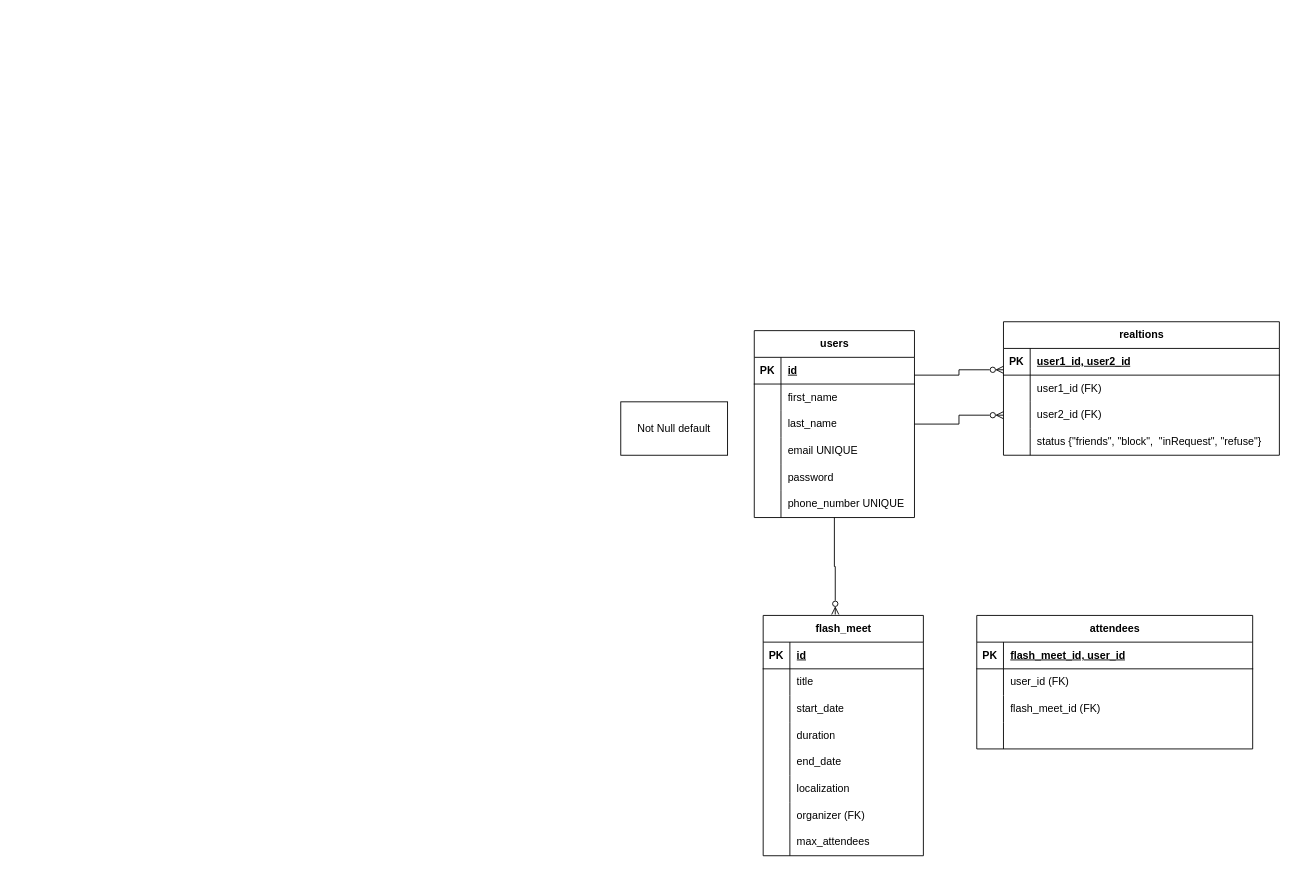
This is Documentation/diagramme_base_de_donnees.drawio from aurelien-buys-vinci/FlashMeet, a draw.io file, before an edit. Source tidied: cells renumbered, new cells numbered last; positions are measured from the earlier drawing's top-left corner, leaving out a move shared by most shapes. Both pictures are drawn from the tidied source at 89%, with x=0, y=0 at pixel (620, 321).
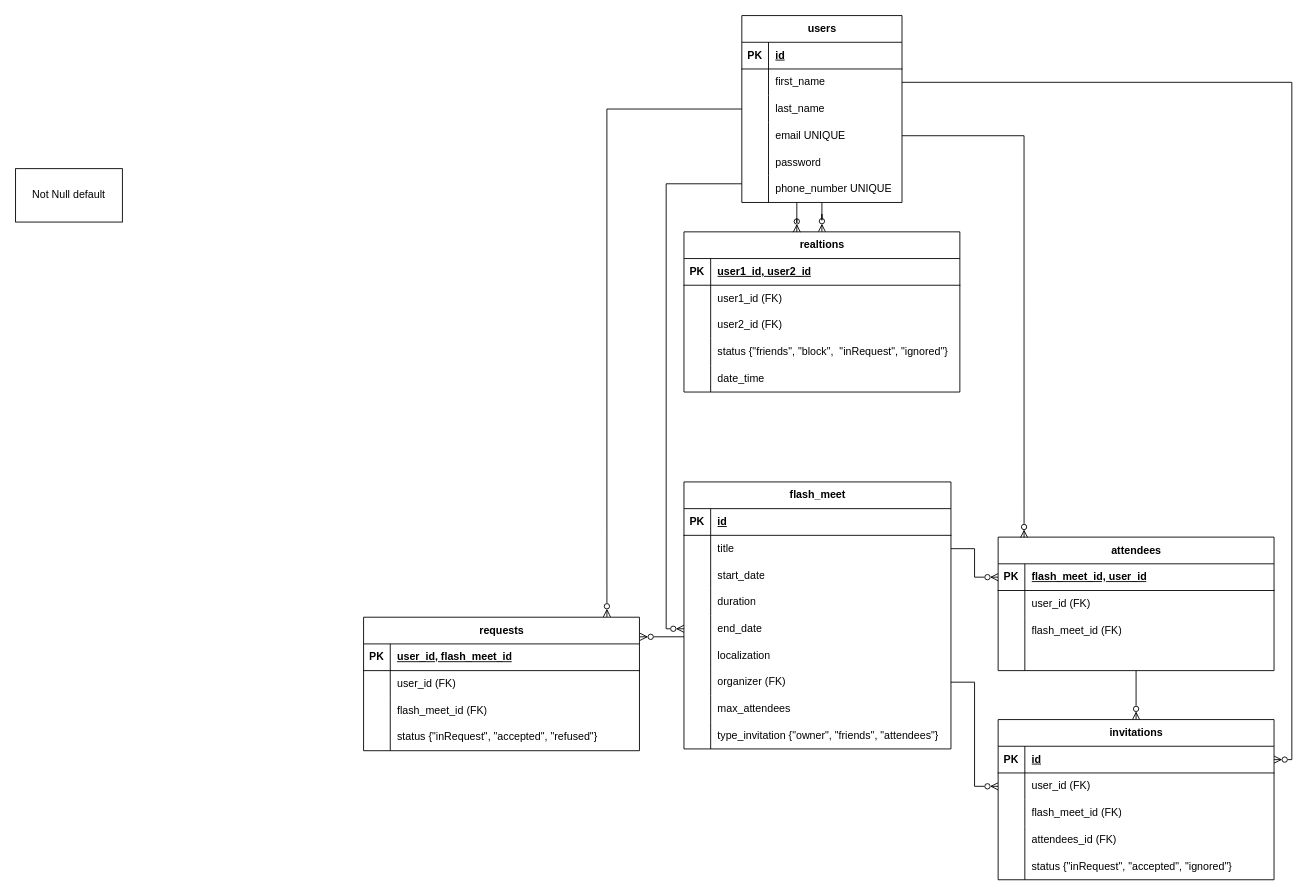
After the change.

Unchanged cells that the change refers to:
```xml
<mxCell id="7" style="shape=tableRow;horizontal=0;startSize=0;swimlaneHead=0;swimlaneBody=0;fillColor=none;points=[[0,0.5],[1,0.5]];portConstraint=eastwest;top=0;left=0;right=0;bottom=0;" parent="3" vertex="1">
  <mxGeometry y="60" width="180" height="30" as="geometry" />
</mxCell>
<mxCell id="10" style="shape=tableRow;horizontal=0;startSize=0;swimlaneHead=0;swimlaneBody=0;fillColor=none;points=[[0,0.5],[1,0.5]];portConstraint=eastwest;top=0;left=0;right=0;bottom=0;" parent="3" vertex="1">
  <mxGeometry y="90" width="180" height="30" as="geometry" />
</mxCell>
<mxCell id="13" style="shape=tableRow;horizontal=0;startSize=0;swimlaneHead=0;swimlaneBody=0;fillColor=none;points=[[0,0.5],[1,0.5]];portConstraint=eastwest;top=0;left=0;right=0;bottom=0;" parent="3" vertex="1">
  <mxGeometry y="120" width="180" height="30" as="geometry" />
</mxCell>
<mxCell id="50" style="shape=tableRow;horizontal=0;startSize=0;swimlaneHead=0;swimlaneBody=0;fillColor=none;points=[[0,0.5],[1,0.5]];portConstraint=eastwest;top=0;left=0;right=0;bottom=1;" parent="49" vertex="1">
  <mxGeometry y="30" width="310" height="30" as="geometry" />
</mxCell>
<mxCell id="56" style="shape=tableRow;horizontal=0;startSize=0;swimlaneHead=0;swimlaneBody=0;fillColor=none;points=[[0,0.5],[1,0.5]];portConstraint=eastwest;top=0;left=0;right=0;bottom=0;" parent="49" vertex="1">
  <mxGeometry y="90" width="310" height="30" as="geometry" />
</mxCell>
<mxCell id="59" style="shape=tableRow;horizontal=0;startSize=0;swimlaneHead=0;swimlaneBody=0;fillColor=none;top=0;left=0;right=0;bottom=0;" parent="49" vertex="1">
  <mxGeometry y="120" width="310" height="30" as="geometry" />
</mxCell>
<mxCell id="64" style="shape=tableRow;horizontal=0;startSize=0;swimlaneHead=0;swimlaneBody=0;fillColor=none;points=[[0,0.5],[1,0.5]];portConstraint=eastwest;top=0;left=0;right=0;bottom=1;" parent="63" vertex="1">
  <mxGeometry y="30" width="310" height="30" as="geometry" />
</mxCell>
```

What changed in the source:
```diff
@@
-    <mxCell id="2" style="edgeStyle=orthogonalEdgeStyle;rounded=0;jettySize=auto;html=1;entryX=0;entryY=0.5;entryDx=0;entryDy=0;endArrow=ERzeroToMany;endFill=0;" parent="1" edge="1" source="3" target="56">
-      <mxGeometry relative="1" as="geometry" />
-    </mxCell>
+    <mxCell id="76" style="edgeStyle=orthogonalEdgeStyle;rounded=0;jettySize=auto;html=1;entryX=0.5;entryY=0;entryDx=0;entryDy=0;endArrow=ERzeroToMany;endFill=0;" parent="1" edge="1" source="3" target="49">
+      <mxGeometry relative="1" as="geometry" />
+    </mxCell>
+    <mxCell id="77" style="edgeStyle=orthogonalEdgeStyle;rounded=0;jettySize=auto;html=1;entryX=0;entryY=0.5;entryDx=0;entryDy=0;endArrow=ERzeroToMany;endFill=0;" parent="1" edge="1" source="3" target="35">
+      <mxGeometry relative="1" as="geometry">
+        <Array as="points">
+          <mxPoint x="51" y="-155" />
+          <mxPoint x="51" y="345" />
+        </Array>
+      </mxGeometry>
+    </mxCell>
     <mxCell id="3" value="users" style="shape=table;startSize=30;childLayout=tableLayout;rowLines=0;fontStyle=1;align=center;html=1;rounded=0;" parent="1" vertex="1">
-      <mxGeometry x="150" y="10" width="180" height="210" as="geometry" />
+      <mxGeometry x="136" y="-344" width="180" height="210" as="geometry" />
     </mxCell>
@@
     <mxCell id="22" value="flash_meet" style="shape=table;startSize=30;childLayout=tableLayout;rowLines=0;fontStyle=1;align=center;html=1;rounded=0;" parent="1" vertex="1">
-      <mxGeometry x="160" y="330" width="180" height="270" as="geometry" />
+      <mxGeometry x="71" y="180" width="300" height="300" as="geometry" />
     </mxCell>
     <mxCell id="23" style="shape=tableRow;horizontal=0;startSize=0;swimlaneHead=0;swimlaneBody=0;fillColor=none;top=0;left=0;right=0;bottom=1;" parent="22" vertex="1">
-      <mxGeometry y="30" width="180" height="30" as="geometry" />
+      <mxGeometry y="30" width="300" height="30" as="geometry" />
     </mxCell>
@@
     <mxCell id="25" value="id" style="shape=partialRectangle;fillColor=none;top=0;left=0;bottom=0;right=0;align=left;spacingLeft=6;fontStyle=5;overflow=hidden;whiteSpace=wrap;html=1;" parent="23" vertex="1">
-      <mxGeometry x="30" width="150" height="30" as="geometry" />
+      <mxGeometry x="30" width="270" height="30" as="geometry" />
     </mxCell>
     <mxCell id="26" style="shape=tableRow;horizontal=0;startSize=0;swimlaneHead=0;swimlaneBody=0;fillColor=none;points=[[0,0.5],[1,0.5]];portConstraint=eastwest;top=0;left=0;right=0;bottom=0;" parent="22" vertex="1">
-      <mxGeometry y="60" width="180" height="30" as="geometry" />
+      <mxGeometry y="60" width="300" height="30" as="geometry" />
     </mxCell>
@@
     <mxCell id="28" value="title" style="shape=partialRectangle;fillColor=none;top=0;left=0;bottom=0;right=0;align=left;spacingLeft=6;overflow=hidden;whiteSpace=wrap;html=1;" parent="26" vertex="1">
-      <mxGeometry x="30" width="150" height="30" as="geometry" />
+      <mxGeometry x="30" width="270" height="30" as="geometry" />
     </mxCell>
     <mxCell id="29" style="shape=tableRow;horizontal=0;startSize=0;swimlaneHead=0;swimlaneBody=0;fillColor=none;top=0;left=0;right=0;bottom=0;" parent="22" vertex="1">
-      <mxGeometry y="90" width="180" height="30" as="geometry" />
+      <mxGeometry y="90" width="300" height="30" as="geometry" />
     </mxCell>
@@
     <mxCell id="31" value="start_date" style="shape=partialRectangle;fillColor=none;top=0;left=0;bottom=0;right=0;align=left;spacingLeft=6;overflow=hidden;whiteSpace=wrap;html=1;" parent="29" vertex="1">
-      <mxGeometry x="30" width="150" height="30" as="geometry" />
+      <mxGeometry x="30" width="270" height="30" as="geometry" />
     </mxCell>
     <mxCell id="32" style="shape=tableRow;horizontal=0;startSize=0;swimlaneHead=0;swimlaneBody=0;fillColor=none;top=0;left=0;right=0;bottom=0;" parent="22" vertex="1">
-      <mxGeometry y="120" width="180" height="30" as="geometry" />
+      <mxGeometry y="120" width="300" height="30" as="geometry" />
     </mxCell>
@@
     <mxCell id="34" value="duration" style="shape=partialRectangle;fillColor=none;top=0;left=0;bottom=0;right=0;align=left;spacingLeft=6;overflow=hidden;whiteSpace=wrap;html=1;" parent="32" vertex="1">
-      <mxGeometry x="30" width="150" height="30" as="geometry" />
+      <mxGeometry x="30" width="270" height="30" as="geometry" />
     </mxCell>
     <mxCell id="35" style="shape=tableRow;horizontal=0;startSize=0;swimlaneHead=0;swimlaneBody=0;fillColor=none;points=[[0,0.5],[1,0.5]];portConstraint=eastwest;top=0;left=0;right=0;bottom=0;" parent="22" vertex="1">
-      <mxGeometry y="150" width="180" height="30" as="geometry" />
+      <mxGeometry y="150" width="300" height="30" as="geometry" />
     </mxCell>
@@
     <mxCell id="37" value="end_date" style="shape=partialRectangle;fillColor=none;top=0;left=0;bottom=0;right=0;align=left;spacingLeft=6;overflow=hidden;whiteSpace=wrap;html=1;" parent="35" vertex="1">
-      <mxGeometry x="30" width="150" height="30" as="geometry" />
+      <mxGeometry x="30" width="270" height="30" as="geometry" />
     </mxCell>
     <mxCell id="38" style="shape=tableRow;horizontal=0;startSize=0;swimlaneHead=0;swimlaneBody=0;fillColor=none;top=0;left=0;right=0;bottom=0;" parent="22" vertex="1">
-      <mxGeometry y="180" width="180" height="30" as="geometry" />
+      <mxGeometry y="180" width="300" height="30" as="geometry" />
     </mxCell>
@@
     <mxCell id="40" value="localization" style="shape=partialRectangle;fillColor=none;top=0;left=0;bottom=0;right=0;align=left;spacingLeft=6;overflow=hidden;whiteSpace=wrap;html=1;" parent="38" vertex="1">
-      <mxGeometry x="30" width="150" height="30" as="geometry" />
+      <mxGeometry x="30" width="270" height="30" as="geometry" />
     </mxCell>
     <mxCell id="41" style="shape=tableRow;horizontal=0;startSize=0;swimlaneHead=0;swimlaneBody=0;fillColor=none;points=[[0,0.5],[1,0.5]];portConstraint=eastwest;top=0;left=0;right=0;bottom=0;" parent="22" vertex="1">
-      <mxGeometry y="210" width="180" height="30" as="geometry" />
+      <mxGeometry y="210" width="300" height="30" as="geometry" />
     </mxCell>
@@
     <mxCell id="43" value="organizer (FK)" style="shape=partialRectangle;fillColor=none;top=0;left=0;bottom=0;right=0;align=left;spacingLeft=6;overflow=hidden;whiteSpace=wrap;html=1;" parent="41" vertex="1">
-      <mxGeometry x="30" width="150" height="30" as="geometry" />
+      <mxGeometry x="30" width="270" height="30" as="geometry" />
     </mxCell>
     <mxCell id="44" style="shape=tableRow;horizontal=0;startSize=0;swimlaneHead=0;swimlaneBody=0;fillColor=none;top=0;left=0;right=0;bottom=0;" parent="22" vertex="1">
-      <mxGeometry y="240" width="180" height="30" as="geometry" />
+      <mxGeometry y="240" width="300" height="30" as="geometry" />
     </mxCell>
@@
     <mxCell id="46" value="max_attendees" style="shape=partialRectangle;fillColor=none;top=0;left=0;bottom=0;right=0;align=left;spacingLeft=6;overflow=hidden;whiteSpace=wrap;html=1;" parent="44" vertex="1">
-      <mxGeometry x="30" width="150" height="30" as="geometry" />
+      <mxGeometry x="30" width="270" height="30" as="geometry" />
     </mxCell>
+    <mxCell id="78" style="shape=tableRow;horizontal=0;startSize=0;swimlaneHead=0;swimlaneBody=0;fillColor=none;top=0;left=0;right=0;bottom=0;" parent="22" vertex="1">
+      <mxGeometry y="270" width="300" height="30" as="geometry" />
+    </mxCell>
+    <mxCell id="79" style="shape=partialRectangle;fillColor=none;top=0;left=0;bottom=0;right=0;overflow=hidden;whiteSpace=wrap;html=1;" parent="78" vertex="1">
+      <mxGeometry width="30" height="30" as="geometry" />
+    </mxCell>
+    <mxCell id="80" value="type_invitation {&quot;owner&quot;, &quot;friends&quot;, &quot;attendees&quot;}" style="shape=partialRectangle;fillColor=none;top=0;left=0;bottom=0;right=0;align=left;spacingLeft=6;overflow=hidden;whiteSpace=wrap;html=1;" parent="78" vertex="1">
+      <mxGeometry x="30" width="270" height="30" as="geometry" />
+    </mxCell>
     <mxCell id="47" value="Not Null default" style="whiteSpace=wrap;html=1;" parent="1" vertex="1">
-      <mxGeometry y="90" width="120" height="60" as="geometry" />
+      <mxGeometry x="-680" y="-172" width="120" height="60" as="geometry" />
     </mxCell>
-    <mxCell id="48" style="edgeStyle=orthogonalEdgeStyle;rounded=0;jettySize=auto;html=1;entryX=0.45;entryY=-0.004;entryDx=0;entryDy=0;entryPerimeter=0;endArrow=ERzeroToMany;endFill=0;" parent="1" edge="1" source="3" target="22">
-      <mxGeometry relative="1" as="geometry" />
-    </mxCell>
     <mxCell id="49" value="realtions" style="shape=table;startSize=30;childLayout=tableLayout;rowLines=0;fontStyle=1;align=center;html=1;rounded=0;" parent="1" vertex="1">
-      <mxGeometry x="430" width="310" height="150" as="geometry" />
+      <mxGeometry x="71" y="-101" width="310" height="180" as="geometry" />
     </mxCell>
@@
-    <mxCell id="61" value="status {&quot;friends&quot;, &quot;block&quot;,&amp;nbsp; &quot;inRequest&quot;, &quot;refuse&quot;}" style="shape=partialRectangle;fillColor=none;top=0;left=0;bottom=0;right=0;align=left;spacingLeft=6;overflow=hidden;whiteSpace=wrap;html=1;" parent="59" vertex="1">
+    <mxCell id="61" value="status {&quot;friends&quot;, &quot;block&quot;,&amp;nbsp; &quot;inRequest&quot;, &quot;ignored&quot;}" style="shape=partialRectangle;fillColor=none;top=0;left=0;bottom=0;right=0;align=left;spacingLeft=6;overflow=hidden;whiteSpace=wrap;html=1;" parent="59" vertex="1">
       <mxGeometry x="30" width="280" height="30" as="geometry" />
     </mxCell>
-    <mxCell id="62" style="edgeStyle=orthogonalEdgeStyle;rounded=0;jettySize=auto;html=1;entryX=0;entryY=0.8;entryDx=0;entryDy=0;entryPerimeter=0;endArrow=ERzeroToMany;endFill=0;" parent="1" edge="1" source="3" target="50">
-      <mxGeometry relative="1" as="geometry">
-        <Array as="points">
-          <mxPoint x="380" y="60" />
-          <mxPoint x="380" y="54" />
-        </Array>
-      </mxGeometry>
-    </mxCell>
+    <mxCell id="81" style="shape=tableRow;horizontal=0;startSize=0;swimlaneHead=0;swimlaneBody=0;fillColor=none;top=0;left=0;right=0;bottom=0;" parent="49" vertex="1">
+      <mxGeometry y="150" width="310" height="30" as="geometry" />
+    </mxCell>
+    <mxCell id="82" style="shape=partialRectangle;fillColor=none;top=0;left=0;bottom=0;right=0;overflow=hidden;whiteSpace=wrap;html=1;" parent="81" vertex="1">
+      <mxGeometry width="30" height="30" as="geometry" />
+    </mxCell>
+    <mxCell id="83" value="date_time" style="shape=partialRectangle;fillColor=none;top=0;left=0;bottom=0;right=0;align=left;spacingLeft=6;overflow=hidden;whiteSpace=wrap;html=1;" parent="81" vertex="1">
+      <mxGeometry x="30" width="280" height="30" as="geometry" />
+    </mxCell>
+    <mxCell id="84" style="edgeStyle=orthogonalEdgeStyle;rounded=0;jettySize=auto;html=1;entryX=0.5;entryY=0;entryDx=0;entryDy=0;endArrow=ERzeroToMany;endFill=0;" parent="1" edge="1" source="63" target="85">
+      <mxGeometry relative="1" as="geometry" />
+    </mxCell>
     <mxCell id="63" value="attendees" style="shape=table;startSize=30;childLayout=tableLayout;rowLines=0;fontStyle=1;align=center;html=1;rounded=0;" parent="1" vertex="1">
-      <mxGeometry x="400" y="330" width="310" height="150" as="geometry" />
+      <mxGeometry x="424" y="242" width="310" height="150" as="geometry" />
     </mxCell>
@@
+    <mxCell id="85" value="invitations" style="shape=table;startSize=30;childLayout=tableLayout;rowLines=0;fontStyle=1;align=center;html=1;rounded=0;" parent="1" vertex="1">
+      <mxGeometry x="424" y="447" width="310" height="180" as="geometry" />
+    </mxCell>
+    <mxCell id="86" style="shape=tableRow;horizontal=0;startSize=0;swimlaneHead=0;swimlaneBody=0;fillColor=none;points=[[0,0.5],[1,0.5]];portConstraint=eastwest;top=0;left=0;right=0;bottom=1;" parent="85" vertex="1">
+      <mxGeometry y="30" width="310" height="30" as="geometry" />
+    </mxCell>
+    <mxCell id="87" value="PK" style="shape=partialRectangle;fillColor=none;top=0;left=0;bottom=0;right=0;fontStyle=1;overflow=hidden;whiteSpace=wrap;html=1;" parent="86" vertex="1">
+      <mxGeometry width="30" height="30" as="geometry" />
+    </mxCell>
+    <mxCell id="88" value="id" style="shape=partialRectangle;fillColor=none;top=0;left=0;bottom=0;right=0;align=left;spacingLeft=6;fontStyle=5;overflow=hidden;whiteSpace=wrap;html=1;" parent="86" vertex="1">
+      <mxGeometry x="30" width="280" height="30" as="geometry" />
+    </mxCell>
+    <mxCell id="89" style="shape=tableRow;horizontal=0;startSize=0;swimlaneHead=0;swimlaneBody=0;fillColor=none;points=[[0,0.5],[1,0.5]];portConstraint=eastwest;top=0;left=0;right=0;bottom=0;" parent="85" vertex="1">
+      <mxGeometry y="60" width="310" height="30" as="geometry" />
+    </mxCell>
+    <mxCell id="90" style="shape=partialRectangle;fillColor=none;top=0;left=0;bottom=0;right=0;overflow=hidden;whiteSpace=wrap;html=1;" parent="89" vertex="1">
+      <mxGeometry width="30" height="30" as="geometry" />
+    </mxCell>
+    <mxCell id="91" value="user_id (FK)" style="shape=partialRectangle;fillColor=none;top=0;left=0;bottom=0;right=0;align=left;spacingLeft=6;overflow=hidden;whiteSpace=wrap;html=1;" parent="89" vertex="1">
+      <mxGeometry x="30" width="280" height="30" as="geometry" />
+    </mxCell>
+    <mxCell id="92" style="shape=tableRow;horizontal=0;startSize=0;swimlaneHead=0;swimlaneBody=0;fillColor=none;top=0;left=0;right=0;bottom=0;" parent="85" vertex="1">
+      <mxGeometry y="90" width="310" height="30" as="geometry" />
+    </mxCell>
+    <mxCell id="93" style="shape=partialRectangle;fillColor=none;top=0;left=0;bottom=0;right=0;overflow=hidden;whiteSpace=wrap;html=1;" parent="92" vertex="1">
+      <mxGeometry width="30" height="30" as="geometry" />
+    </mxCell>
+    <mxCell id="94" value="flash_meet_id (FK)" style="shape=partialRectangle;fillColor=none;top=0;left=0;bottom=0;right=0;align=left;spacingLeft=6;overflow=hidden;whiteSpace=wrap;html=1;" parent="92" vertex="1">
+      <mxGeometry x="30" width="280" height="30" as="geometry" />
+    </mxCell>
+    <mxCell id="95" style="shape=tableRow;horizontal=0;startSize=0;swimlaneHead=0;swimlaneBody=0;fillColor=none;top=0;left=0;right=0;bottom=0;" parent="85" vertex="1">
+      <mxGeometry y="120" width="310" height="30" as="geometry" />
+    </mxCell>
+    <mxCell id="96" style="shape=partialRectangle;fillColor=none;top=0;left=0;bottom=0;right=0;overflow=hidden;whiteSpace=wrap;html=1;" parent="95" vertex="1">
+      <mxGeometry width="30" height="30" as="geometry" />
+    </mxCell>
+    <mxCell id="97" value="attendees_id (FK)" style="shape=partialRectangle;fillColor=none;top=0;left=0;bottom=0;right=0;align=left;spacingLeft=6;overflow=hidden;whiteSpace=wrap;html=1;" parent="95" vertex="1">
+      <mxGeometry x="30" width="280" height="30" as="geometry" />
+    </mxCell>
+    <mxCell id="98" style="shape=tableRow;horizontal=0;startSize=0;swimlaneHead=0;swimlaneBody=0;fillColor=none;top=0;left=0;right=0;bottom=0;" parent="85" vertex="1">
+      <mxGeometry y="150" width="310" height="30" as="geometry" />
+    </mxCell>
+    <mxCell id="99" style="shape=partialRectangle;fillColor=none;top=0;left=0;bottom=0;right=0;overflow=hidden;whiteSpace=wrap;html=1;" parent="98" vertex="1">
+      <mxGeometry width="30" height="30" as="geometry" />
+    </mxCell>
+    <mxCell id="100" value="status {&quot;inRequest&quot;, &quot;accepted&quot;, &quot;ignored&quot;}" style="shape=partialRectangle;fillColor=none;top=0;left=0;bottom=0;right=0;align=left;spacingLeft=6;overflow=hidden;whiteSpace=wrap;html=1;" parent="98" vertex="1">
+      <mxGeometry x="30" width="280" height="30" as="geometry" />
+    </mxCell>
+    <mxCell id="101" style="edgeStyle=orthogonalEdgeStyle;rounded=0;jettySize=auto;html=1;entryX=0;entryY=0.5;entryDx=0;entryDy=0;endArrow=ERzeroToMany;endFill=0;" parent="1" edge="1" source="41" target="89">
+      <mxGeometry relative="1" as="geometry" />
+    </mxCell>
+    <mxCell id="102" style="edgeStyle=orthogonalEdgeStyle;rounded=0;jettySize=auto;html=1;entryX=0;entryY=0.5;entryDx=0;entryDy=0;endArrow=ERzeroToMany;endFill=0;" parent="1" edge="1" source="26" target="64">
+      <mxGeometry relative="1" as="geometry" />
+    </mxCell>
+    <mxCell id="103" value="requests" style="shape=table;startSize=30;childLayout=tableLayout;rowLines=0;fontStyle=1;align=center;html=1;rounded=0;" parent="1" vertex="1">
+      <mxGeometry x="-289" y="332" width="310" height="150" as="geometry" />
+    </mxCell>
+    <mxCell id="104" style="shape=tableRow;horizontal=0;startSize=0;swimlaneHead=0;swimlaneBody=0;fillColor=none;top=0;left=0;right=0;bottom=1;" parent="103" vertex="1">
+      <mxGeometry y="30" width="310" height="30" as="geometry" />
+    </mxCell>
+    <mxCell id="105" value="PK" style="shape=partialRectangle;fillColor=none;top=0;left=0;bottom=0;right=0;fontStyle=1;overflow=hidden;whiteSpace=wrap;html=1;" parent="104" vertex="1">
+      <mxGeometry width="30" height="30" as="geometry" />
+    </mxCell>
+    <mxCell id="106" value="user_id, flash_meet_id" style="shape=partialRectangle;fillColor=none;top=0;left=0;bottom=0;right=0;align=left;spacingLeft=6;fontStyle=5;overflow=hidden;whiteSpace=wrap;html=1;" parent="104" vertex="1">
+      <mxGeometry x="30" width="280" height="30" as="geometry" />
+    </mxCell>
+    <mxCell id="107" style="shape=tableRow;horizontal=0;startSize=0;swimlaneHead=0;swimlaneBody=0;fillColor=none;top=0;left=0;right=0;bottom=0;" parent="103" vertex="1">
+      <mxGeometry y="60" width="310" height="30" as="geometry" />
+    </mxCell>
+    <mxCell id="108" style="shape=partialRectangle;fillColor=none;top=0;left=0;bottom=0;right=0;overflow=hidden;whiteSpace=wrap;html=1;" parent="107" vertex="1">
+      <mxGeometry width="30" height="30" as="geometry" />
+    </mxCell>
+    <mxCell id="109" value="user_id (FK)" style="shape=partialRectangle;fillColor=none;top=0;left=0;bottom=0;right=0;align=left;spacingLeft=6;overflow=hidden;whiteSpace=wrap;html=1;" parent="107" vertex="1">
+      <mxGeometry x="30" width="280" height="30" as="geometry" />
+    </mxCell>
+    <mxCell id="110" style="shape=tableRow;horizontal=0;startSize=0;swimlaneHead=0;swimlaneBody=0;fillColor=none;top=0;left=0;right=0;bottom=0;" parent="103" vertex="1">
+      <mxGeometry y="90" width="310" height="30" as="geometry" />
+    </mxCell>
+    <mxCell id="111" style="shape=partialRectangle;fillColor=none;top=0;left=0;bottom=0;right=0;overflow=hidden;whiteSpace=wrap;html=1;" parent="110" vertex="1">
+      <mxGeometry width="30" height="30" as="geometry" />
+    </mxCell>
+    <mxCell id="112" value="flash_meet_id (FK)" style="shape=partialRectangle;fillColor=none;top=0;left=0;bottom=0;right=0;align=left;spacingLeft=6;overflow=hidden;whiteSpace=wrap;html=1;" parent="110" vertex="1">
+      <mxGeometry x="30" width="280" height="30" as="geometry" />
+    </mxCell>
+    <mxCell id="113" style="shape=tableRow;horizontal=0;startSize=0;swimlaneHead=0;swimlaneBody=0;fillColor=none;top=0;left=0;right=0;bottom=0;" parent="103" vertex="1">
+      <mxGeometry y="120" width="310" height="30" as="geometry" />
+    </mxCell>
+    <mxCell id="114" style="shape=partialRectangle;fillColor=none;top=0;left=0;bottom=0;right=0;overflow=hidden;whiteSpace=wrap;html=1;" parent="113" vertex="1">
+      <mxGeometry width="30" height="30" as="geometry" />
+    </mxCell>
+    <mxCell id="115" value="status {&quot;inRequest&quot;, &quot;accepted&quot;, &quot;refused&quot;}" style="shape=partialRectangle;fillColor=none;top=0;left=0;bottom=0;right=0;align=left;spacingLeft=6;overflow=hidden;whiteSpace=wrap;html=1;" parent="113" vertex="1">
+      <mxGeometry x="30" width="280" height="30" as="geometry" />
+    </mxCell>
+    <mxCell id="116" style="edgeStyle=orthogonalEdgeStyle;rounded=0;jettySize=auto;html=1;entryX=0.409;entryY=0.002;entryDx=0;entryDy=0;entryPerimeter=0;endArrow=ERzeroToMany;endFill=0;" parent="1" edge="1" source="3" target="49">
+      <mxGeometry relative="1" as="geometry">
+        <Array as="points">
+          <mxPoint x="198" y="-111" />
+        </Array>
+      </mxGeometry>
+    </mxCell>
+    <mxCell id="117" style="edgeStyle=orthogonalEdgeStyle;rounded=0;jettySize=auto;html=1;entryX=1.002;entryY=0.147;entryDx=0;entryDy=0;entryPerimeter=0;endArrow=ERzeroToMany;endFill=0;" parent="1" edge="1" source="22" target="103">
+      <mxGeometry relative="1" as="geometry">
+        <Array as="points">
+          <mxPoint x="63" y="354" />
+          <mxPoint x="63" y="354" />
+        </Array>
+      </mxGeometry>
+    </mxCell>
+    <mxCell id="118" style="edgeStyle=orthogonalEdgeStyle;rounded=0;jettySize=auto;html=1;entryX=0.882;entryY=-0.002;entryDx=0;entryDy=0;entryPerimeter=0;endArrow=ERzeroToMany;endFill=0;" parent="1" edge="1" source="10" target="103">
+      <mxGeometry relative="1" as="geometry" />
+    </mxCell>
+    <mxCell id="119" style="edgeStyle=orthogonalEdgeStyle;rounded=0;jettySize=auto;html=1;entryX=0.094;entryY=0.004;entryDx=0;entryDy=0;entryPerimeter=0;endArrow=ERzeroToMany;endFill=0;" parent="1" edge="1" source="13" target="63">
+      <mxGeometry relative="1" as="geometry" />
+    </mxCell>
+    <mxCell id="120" style="edgeStyle=orthogonalEdgeStyle;rounded=0;jettySize=auto;html=1;entryX=1;entryY=0.5;entryDx=0;entryDy=0;endArrow=ERzeroToMany;endFill=0;" parent="1" edge="1" source="7" target="86">
+      <mxGeometry relative="1" as="geometry" />
+    </mxCell>
```
